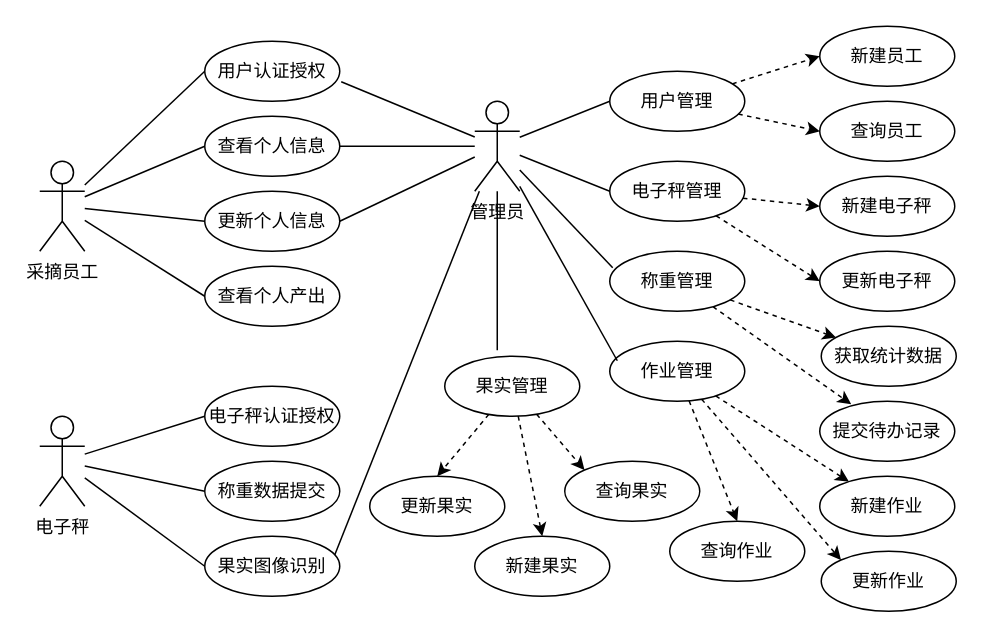
Before: design/软件用例图.dio in akynazh/aws, a draw.io diagram. Source tidied: cells renumbered, new cells numbered last; positions are measured from the earlier drawing's top-left corner, leaving out a move shared by most shapes. Both pictures are drawn from the tidied source at 150%, with x=0, y=0 at pixel (39, 26).
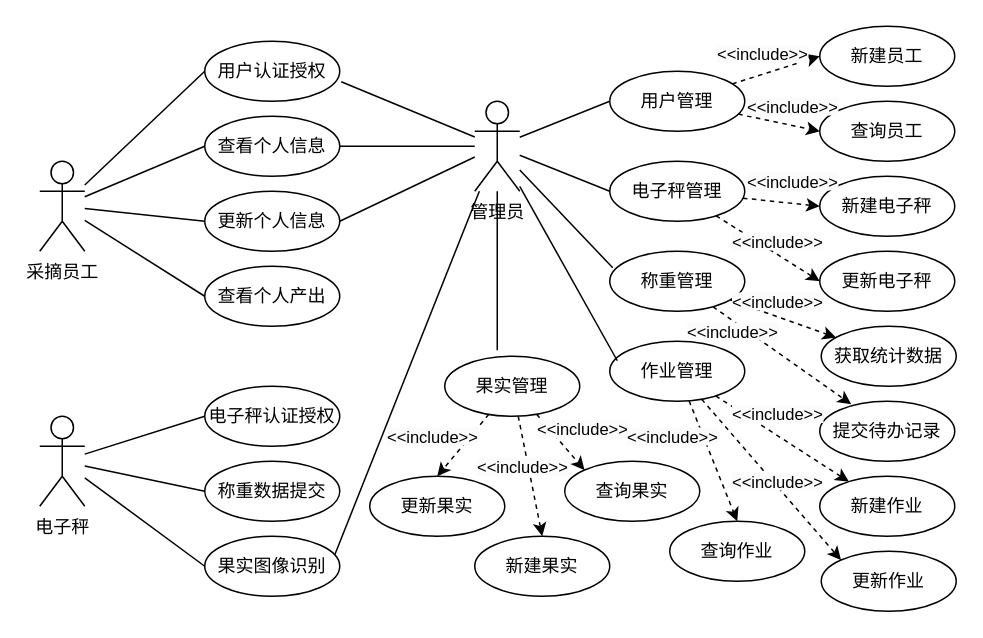
After the change.

The edit, as a diff of the source:
```diff
@@
+    <mxCell id="57" value="&lt;span style=&quot;color: rgb(0, 0, 0); font-family: Helvetica; font-size: 11px; font-style: normal; font-variant-ligatures: normal; font-variant-caps: normal; font-weight: 400; letter-spacing: normal; orphans: 2; text-align: center; text-indent: 0px; text-transform: none; widows: 2; word-spacing: 0px; -webkit-text-stroke-width: 0px; white-space: nowrap; background-color: rgb(251, 251, 251); text-decoration-thickness: initial; text-decoration-style: initial; text-decoration-color: initial; display: inline !important; float: none;&quot;&gt;&amp;lt;&amp;lt;include&amp;gt;&amp;gt;&lt;/span&gt;" style="text;whiteSpace=wrap;html=1;" parent="1" vertex="1">
+      <mxGeometry x="460" y="245" width="70" height="30" as="geometry" />
+    </mxCell>
+    <mxCell id="58" value="&lt;span style=&quot;color: rgb(0, 0, 0); font-family: Helvetica; font-size: 11px; font-style: normal; font-variant-ligatures: normal; font-variant-caps: normal; font-weight: 400; letter-spacing: normal; orphans: 2; text-align: center; text-indent: 0px; text-transform: none; widows: 2; word-spacing: 0px; -webkit-text-stroke-width: 0px; white-space: nowrap; background-color: rgb(251, 251, 251); text-decoration-thickness: initial; text-decoration-style: initial; text-decoration-color: initial; display: inline !important; float: none;&quot;&gt;&amp;lt;&amp;lt;include&amp;gt;&amp;gt;&lt;/span&gt;" style="text;whiteSpace=wrap;html=1;" parent="1" vertex="1">
+      <mxGeometry x="450" y="5" width="70" height="30" as="geometry" />
+    </mxCell>
+    <mxCell id="59" value="&lt;span style=&quot;color: rgb(0, 0, 0); font-family: Helvetica; font-size: 11px; font-style: normal; font-variant-ligatures: normal; font-variant-caps: normal; font-weight: 400; letter-spacing: normal; orphans: 2; text-align: center; text-indent: 0px; text-transform: none; widows: 2; word-spacing: 0px; -webkit-text-stroke-width: 0px; white-space: nowrap; background-color: rgb(251, 251, 251); text-decoration-thickness: initial; text-decoration-style: initial; text-decoration-color: initial; display: inline !important; float: none;&quot;&gt;&amp;lt;&amp;lt;include&amp;gt;&amp;gt;&lt;/span&gt;" style="text;whiteSpace=wrap;html=1;" parent="1" vertex="1">
+      <mxGeometry x="330" y="255" width="70" height="30" as="geometry" />
+    </mxCell>
+    <mxCell id="60" value="&lt;span style=&quot;color: rgb(0, 0, 0); font-family: Helvetica; font-size: 11px; font-style: normal; font-variant-ligatures: normal; font-variant-caps: normal; font-weight: 400; letter-spacing: normal; orphans: 2; text-align: center; text-indent: 0px; text-transform: none; widows: 2; word-spacing: 0px; -webkit-text-stroke-width: 0px; white-space: nowrap; background-color: rgb(251, 251, 251); text-decoration-thickness: initial; text-decoration-style: initial; text-decoration-color: initial; display: inline !important; float: none;&quot;&gt;&amp;lt;&amp;lt;include&amp;gt;&amp;gt;&lt;/span&gt;" style="text;whiteSpace=wrap;html=1;" parent="1" vertex="1">
+      <mxGeometry x="290" y="280" width="70" height="30" as="geometry" />
+    </mxCell>
+    <mxCell id="61" value="&lt;span style=&quot;color: rgb(0, 0, 0); font-family: Helvetica; font-size: 11px; font-style: normal; font-variant-ligatures: normal; font-variant-caps: normal; font-weight: 400; letter-spacing: normal; orphans: 2; text-align: center; text-indent: 0px; text-transform: none; widows: 2; word-spacing: 0px; -webkit-text-stroke-width: 0px; white-space: nowrap; background-color: rgb(251, 251, 251); text-decoration-thickness: initial; text-decoration-style: initial; text-decoration-color: initial; display: inline !important; float: none;&quot;&gt;&amp;lt;&amp;lt;include&amp;gt;&amp;gt;&lt;/span&gt;" style="text;whiteSpace=wrap;html=1;" parent="1" vertex="1">
+      <mxGeometry x="460" y="130" width="70" height="30" as="geometry" />
+    </mxCell>
+    <mxCell id="62" value="&lt;span style=&quot;color: rgb(0, 0, 0); font-family: Helvetica; font-size: 11px; font-style: normal; font-variant-ligatures: normal; font-variant-caps: normal; font-weight: 400; letter-spacing: normal; orphans: 2; text-align: center; text-indent: 0px; text-transform: none; widows: 2; word-spacing: 0px; -webkit-text-stroke-width: 0px; white-space: nowrap; background-color: rgb(251, 251, 251); text-decoration-thickness: initial; text-decoration-style: initial; text-decoration-color: initial; display: inline !important; float: none;&quot;&gt;&amp;lt;&amp;lt;include&amp;gt;&amp;gt;&lt;/span&gt;" style="text;whiteSpace=wrap;html=1;" parent="1" vertex="1">
+      <mxGeometry x="470" y="90" width="70" height="30" as="geometry" />
+    </mxCell>
+    <mxCell id="63" value="&lt;span style=&quot;color: rgb(0, 0, 0); font-family: Helvetica; font-size: 11px; font-style: normal; font-variant-ligatures: normal; font-variant-caps: normal; font-weight: 400; letter-spacing: normal; orphans: 2; text-align: center; text-indent: 0px; text-transform: none; widows: 2; word-spacing: 0px; -webkit-text-stroke-width: 0px; white-space: nowrap; background-color: rgb(251, 251, 251); text-decoration-thickness: initial; text-decoration-style: initial; text-decoration-color: initial; display: inline !important; float: none;&quot;&gt;&amp;lt;&amp;lt;include&amp;gt;&amp;gt;&lt;/span&gt;" style="text;whiteSpace=wrap;html=1;" parent="1" vertex="1">
+      <mxGeometry x="470" y="40" width="70" height="30" as="geometry" />
+    </mxCell>
+    <mxCell id="64" value="&lt;span style=&quot;color: rgb(0, 0, 0); font-family: Helvetica; font-size: 11px; font-style: normal; font-variant-ligatures: normal; font-variant-caps: normal; font-weight: 400; letter-spacing: normal; orphans: 2; text-align: center; text-indent: 0px; text-transform: none; widows: 2; word-spacing: 0px; -webkit-text-stroke-width: 0px; white-space: nowrap; background-color: rgb(251, 251, 251); text-decoration-thickness: initial; text-decoration-style: initial; text-decoration-color: initial; display: inline !important; float: none;&quot;&gt;&amp;lt;&amp;lt;include&amp;gt;&amp;gt;&lt;/span&gt;" style="text;whiteSpace=wrap;html=1;" parent="1" vertex="1">
+      <mxGeometry x="230" y="260" width="70" height="30" as="geometry" />
+    </mxCell>
+    <mxCell id="65" value="&lt;span style=&quot;color: rgb(0, 0, 0); font-family: Helvetica; font-size: 11px; font-style: normal; font-variant-ligatures: normal; font-variant-caps: normal; font-weight: 400; letter-spacing: normal; orphans: 2; text-align: center; text-indent: 0px; text-transform: none; widows: 2; word-spacing: 0px; -webkit-text-stroke-width: 0px; white-space: nowrap; background-color: rgb(251, 251, 251); text-decoration-thickness: initial; text-decoration-style: initial; text-decoration-color: initial; display: inline !important; float: none;&quot;&gt;&amp;lt;&amp;lt;include&amp;gt;&amp;gt;&lt;/span&gt;" style="text;whiteSpace=wrap;html=1;" parent="1" vertex="1">
+      <mxGeometry x="460" y="170" width="70" height="30" as="geometry" />
+    </mxCell>
+    <mxCell id="66" value="&lt;span style=&quot;color: rgb(0, 0, 0); font-family: Helvetica; font-size: 11px; font-style: normal; font-variant-ligatures: normal; font-variant-caps: normal; font-weight: 400; letter-spacing: normal; orphans: 2; text-align: center; text-indent: 0px; text-transform: none; widows: 2; word-spacing: 0px; -webkit-text-stroke-width: 0px; white-space: nowrap; background-color: rgb(251, 251, 251); text-decoration-thickness: initial; text-decoration-style: initial; text-decoration-color: initial; display: inline !important; float: none;&quot;&gt;&amp;lt;&amp;lt;include&amp;gt;&amp;gt;&lt;/span&gt;" style="text;whiteSpace=wrap;html=1;" parent="1" vertex="1">
+      <mxGeometry x="430" y="190" width="70" height="30" as="geometry" />
+    </mxCell>
+    <mxCell id="67" value="&lt;span style=&quot;color: rgb(0, 0, 0); font-family: Helvetica; font-size: 11px; font-style: normal; font-variant-ligatures: normal; font-variant-caps: normal; font-weight: 400; letter-spacing: normal; orphans: 2; text-align: center; text-indent: 0px; text-transform: none; widows: 2; word-spacing: 0px; -webkit-text-stroke-width: 0px; white-space: nowrap; background-color: rgb(251, 251, 251); text-decoration-thickness: initial; text-decoration-style: initial; text-decoration-color: initial; display: inline !important; float: none;&quot;&gt;&amp;lt;&amp;lt;include&amp;gt;&amp;gt;&lt;/span&gt;" style="text;whiteSpace=wrap;html=1;" parent="1" vertex="1">
+      <mxGeometry x="460" y="290" width="70" height="30" as="geometry" />
+    </mxCell>
+    <mxCell id="68" value="&lt;span style=&quot;color: rgb(0, 0, 0); font-family: Helvetica; font-size: 11px; font-style: normal; font-variant-ligatures: normal; font-variant-caps: normal; font-weight: 400; letter-spacing: normal; orphans: 2; text-align: center; text-indent: 0px; text-transform: none; widows: 2; word-spacing: 0px; -webkit-text-stroke-width: 0px; white-space: nowrap; background-color: rgb(251, 251, 251); text-decoration-thickness: initial; text-decoration-style: initial; text-decoration-color: initial; display: inline !important; float: none;&quot;&gt;&amp;lt;&amp;lt;include&amp;gt;&amp;gt;&lt;/span&gt;" style="text;whiteSpace=wrap;html=1;" parent="1" vertex="1">
+      <mxGeometry x="390" y="260" width="70" height="30" as="geometry" />
+    </mxCell>
```
